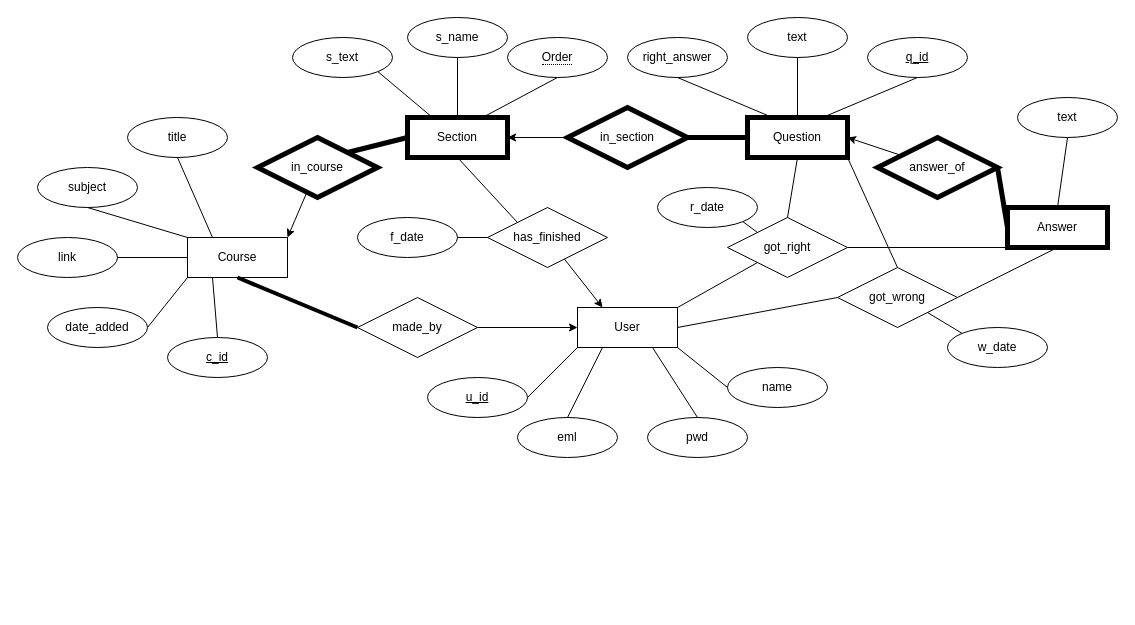
This is ER.drawio from kevtu2/hub-homies_Course-ify, a draw.io file, before an edit. Source tidied: cells renumbered, new cells numbered last; positions are measured from the earlier drawing's top-left corner, leaving out a move shared by most shapes. Both pictures are drawn from the tidied source at 100%, with x=0, y=0 at pixel (17, 17).
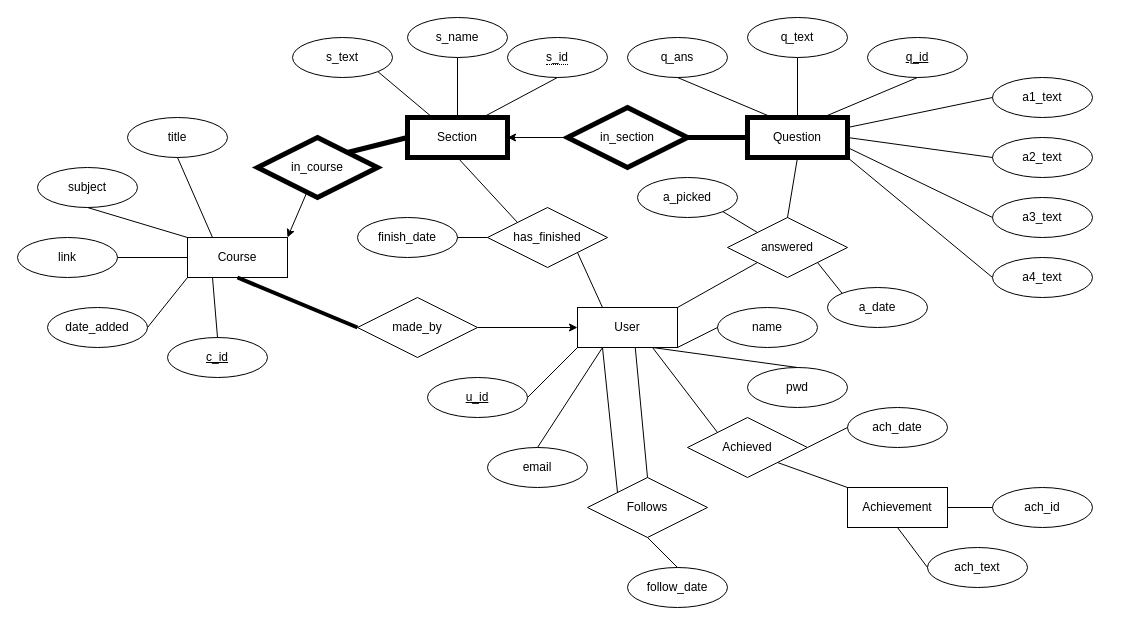
The same diagram, later.

Unchanged cells that the change refers to:
```xml
<mxCell id="9" value="Question" style="whiteSpace=wrap;html=1;align=center;strokeWidth=5;" parent="1" vertex="1">
  <mxGeometry x="730" y="100" width="100" height="40" as="geometry" />
</mxCell>
<mxCell id="15" value="User" style="whiteSpace=wrap;html=1;align=center;" parent="1" vertex="1">
  <mxGeometry x="560" y="290" width="100" height="40" as="geometry" />
</mxCell>
<mxCell id="28" value="has_finished" style="shape=rhombus;perimeter=rhombusPerimeter;whiteSpace=wrap;html=1;align=center;" parent="1" vertex="1">
  <mxGeometry x="470" y="190" width="120" height="60" as="geometry" />
</mxCell>
```

The edit, as a diff of the source:
```diff
@@
-    <mxCell id="11" value="Answer" style="whiteSpace=wrap;html=1;align=center;strokeWidth=5;" parent="1" vertex="1">
-      <mxGeometry x="990" y="190" width="100" height="40" as="geometry" />
-    </mxCell>
-    <mxCell id="12" style="edgeStyle=none;rounded=0;jettySize=auto;html=1;entryX=1;entryY=0.5;entryDx=0;entryDy=0;" parent="1" edge="1" source="13" target="9">
-      <mxGeometry relative="1" as="geometry" />
-    </mxCell>
-    <mxCell id="13" value="answer_of" style="shape=rhombus;perimeter=rhombusPerimeter;whiteSpace=wrap;html=1;align=center;strokeWidth=5;" parent="1" vertex="1">
-      <mxGeometry x="860" y="120" width="120" height="60" as="geometry" />
-    </mxCell>
-    <mxCell id="14" style="endArrow=none;html=1;rounded=0;exitX=1;exitY=0.5;exitDx=0;exitDy=0;entryX=0;entryY=0.5;entryDx=0;entryDy=0;strokeWidth=5;" parent="1" edge="1" source="13" target="11">
-      <mxGeometry relative="1" as="geometry" />
-    </mxCell>
@@
-    <mxCell id="16" value="eml" style="ellipse;whiteSpace=wrap;html=1;align=center;" parent="1" vertex="1">
-      <mxGeometry x="500" y="400" width="100" height="40" as="geometry" />
+    <mxCell id="16" value="email" style="ellipse;whiteSpace=wrap;html=1;align=center;" parent="1" vertex="1">
+      <mxGeometry x="470" y="430" width="100" height="40" as="geometry" />
     </mxCell>
@@
     <mxCell id="18" value="pwd" style="ellipse;whiteSpace=wrap;html=1;align=center;" parent="1" vertex="1">
-      <mxGeometry x="630" y="400" width="100" height="40" as="geometry" />
+      <mxGeometry x="730" y="350" width="100" height="40" as="geometry" />
     </mxCell>
     <mxCell id="19" value="name" style="ellipse;whiteSpace=wrap;html=1;align=center;" parent="1" vertex="1">
-      <mxGeometry x="710" y="350" width="100" height="40" as="geometry" />
+      <mxGeometry x="700" y="290" width="100" height="40" as="geometry" />
     </mxCell>
@@
-    <mxCell id="27" style="edgeStyle=none;rounded=0;jettySize=auto;html=1;entryX=0.25;entryY=0;entryDx=0;entryDy=0;" parent="1" edge="1" source="28" target="15">
-      <mxGeometry relative="1" as="geometry" />
-    </mxCell>
@@
-    <mxCell id="30" value="f_date" style="ellipse;whiteSpace=wrap;html=1;align=center;" parent="1" vertex="1">
+    <mxCell id="30" value="finish_date" style="ellipse;whiteSpace=wrap;html=1;align=center;" parent="1" vertex="1">
       <mxGeometry x="340" y="200" width="100" height="40" as="geometry" />
     </mxCell>
@@
-    <mxCell id="32" value="got_right" style="shape=rhombus;perimeter=rhombusPerimeter;whiteSpace=wrap;html=1;align=center;" parent="1" vertex="1">
+    <mxCell id="32" value="answered" style="shape=rhombus;perimeter=rhombusPerimeter;whiteSpace=wrap;html=1;align=center;" parent="1" vertex="1">
       <mxGeometry x="710" y="200" width="120" height="60" as="geometry" />
     </mxCell>
-    <mxCell id="33" value="got_wrong" style="shape=rhombus;perimeter=rhombusPerimeter;whiteSpace=wrap;html=1;align=center;" parent="1" vertex="1">
-      <mxGeometry x="820" y="250" width="120" height="60" as="geometry" />
-    </mxCell>
@@
-    <mxCell id="35" style="endArrow=none;html=1;rounded=0;exitX=0;exitY=0.5;exitDx=0;exitDy=0;entryX=1;entryY=0.5;entryDx=0;entryDy=0;" parent="1" edge="1" source="33" target="15">
-      <mxGeometry relative="1" as="geometry" />
-    </mxCell>
-    <mxCell id="36" style="endArrow=none;html=1;rounded=0;exitX=0.5;exitY=1;exitDx=0;exitDy=0;entryX=1;entryY=0.5;entryDx=0;entryDy=0;" parent="1" edge="1" source="11" target="33">
-      <mxGeometry relative="1" as="geometry" />
-    </mxCell>
-    <mxCell id="37" style="endArrow=none;html=1;rounded=0;exitX=0.5;exitY=0;exitDx=0;exitDy=0;entryX=1;entryY=1;entryDx=0;entryDy=0;" parent="1" edge="1" source="33" target="9">
+    <mxCell id="37" style="endArrow=none;html=1;rounded=0;exitX=0;exitY=0.5;exitDx=0;exitDy=0;entryX=1;entryY=1;entryDx=0;entryDy=0;" parent="1" edge="1" source="71" target="9">
       <mxGeometry relative="1" as="geometry" />
     </mxCell>
@@
-    <mxCell id="39" style="endArrow=none;html=1;rounded=0;exitX=0;exitY=1;exitDx=0;exitDy=0;entryX=1;entryY=0.5;entryDx=0;entryDy=0;" parent="1" edge="1" source="11" target="32">
-      <mxGeometry relative="1" as="geometry" />
-    </mxCell>
-    <mxCell id="40" value="w_date" style="ellipse;whiteSpace=wrap;html=1;align=center;" parent="1" vertex="1">
-      <mxGeometry x="930" y="310" width="100" height="40" as="geometry" />
-    </mxCell>
-    <mxCell id="41" value="r_date" style="ellipse;whiteSpace=wrap;html=1;align=center;" parent="1" vertex="1">
-      <mxGeometry x="640" y="170" width="100" height="40" as="geometry" />
-    </mxCell>
-    <mxCell id="42" style="endArrow=none;html=1;rounded=0;exitX=1;exitY=1;exitDx=0;exitDy=0;entryX=0;entryY=0;entryDx=0;entryDy=0;" parent="1" edge="1" source="41" target="32">
-      <mxGeometry relative="1" as="geometry" />
-    </mxCell>
-    <mxCell id="43" style="endArrow=none;html=1;rounded=0;exitX=0;exitY=0;exitDx=0;exitDy=0;entryX=1;entryY=1;entryDx=0;entryDy=0;" parent="1" edge="1" source="40" target="33">
-      <mxGeometry relative="1" as="geometry" />
-    </mxCell>
-    <mxCell id="44" value="text" style="ellipse;whiteSpace=wrap;html=1;align=center;" parent="1" vertex="1">
-      <mxGeometry x="1000" y="80" width="100" height="40" as="geometry" />
-    </mxCell>
-    <mxCell id="45" style="endArrow=none;html=1;rounded=0;exitX=0.5;exitY=1;exitDx=0;exitDy=0;entryX=0.5;entryY=0;entryDx=0;entryDy=0;" parent="1" edge="1" source="44" target="11">
-      <mxGeometry relative="1" as="geometry" />
-    </mxCell>
-    <mxCell id="46" value="text" style="ellipse;whiteSpace=wrap;html=1;align=center;" parent="1" vertex="1">
+    <mxCell id="46" value="q_text" style="ellipse;whiteSpace=wrap;html=1;align=center;" parent="1" vertex="1">
       <mxGeometry x="730" width="100" height="40" as="geometry" />
     </mxCell>
@@
-    <mxCell id="49" value="right_answer" style="ellipse;whiteSpace=wrap;html=1;align=center;" parent="1" vertex="1">
+    <mxCell id="49" value="q_ans" style="ellipse;whiteSpace=wrap;html=1;align=center;" parent="1" vertex="1">
       <mxGeometry x="610" y="20" width="100" height="40" as="geometry" />
     </mxCell>
@@
-    <mxCell id="54" value="&lt;span style=&quot;border-bottom: 1px dotted&quot;&gt;Order&lt;/span&gt;" style="ellipse;whiteSpace=wrap;html=1;align=center;" parent="1" vertex="1">
+    <mxCell id="54" value="&lt;span style=&quot;border-bottom: 1px dotted&quot;&gt;s_id&lt;/span&gt;" style="ellipse;whiteSpace=wrap;html=1;align=center;" parent="1" vertex="1">
       <mxGeometry x="490" y="20" width="100" height="40" as="geometry" />
     </mxCell>
@@
+    <mxCell id="68" value="a1_text" style="ellipse;whiteSpace=wrap;html=1;align=center;" parent="1" vertex="1">
+      <mxGeometry x="975" y="60" width="100" height="40" as="geometry" />
+    </mxCell>
+    <mxCell id="69" value="a2_text" style="ellipse;whiteSpace=wrap;html=1;align=center;" parent="1" vertex="1">
+      <mxGeometry x="975" y="120" width="100" height="40" as="geometry" />
+    </mxCell>
+    <mxCell id="70" value="a3_text" style="ellipse;whiteSpace=wrap;html=1;align=center;" parent="1" vertex="1">
+      <mxGeometry x="975" y="180" width="100" height="40" as="geometry" />
+    </mxCell>
+    <mxCell id="71" value="a4_text" style="ellipse;whiteSpace=wrap;html=1;align=center;" parent="1" vertex="1">
+      <mxGeometry x="975" y="240" width="100" height="40" as="geometry" />
+    </mxCell>
+    <mxCell id="72" style="endArrow=none;html=1;rounded=0;exitX=0;exitY=0.5;exitDx=0;exitDy=0;entryX=1;entryY=0.75;entryDx=0;entryDy=0;" parent="1" edge="1" source="70" target="9">
+      <mxGeometry relative="1" as="geometry" />
+    </mxCell>
+    <mxCell id="73" style="endArrow=none;html=1;rounded=0;exitX=0;exitY=0.5;exitDx=0;exitDy=0;entryX=1;entryY=0.5;entryDx=0;entryDy=0;" parent="1" edge="1" source="69" target="9">
+      <mxGeometry relative="1" as="geometry" />
+    </mxCell>
+    <mxCell id="74" style="endArrow=none;html=1;rounded=0;exitX=0;exitY=0.5;exitDx=0;exitDy=0;entryX=1;entryY=0.25;entryDx=0;entryDy=0;" parent="1" edge="1" source="68" target="9">
+      <mxGeometry relative="1" as="geometry" />
+    </mxCell>
+    <mxCell id="75" value="a_date" style="ellipse;whiteSpace=wrap;html=1;align=center;" parent="1" vertex="1">
+      <mxGeometry x="810" y="270" width="100" height="40" as="geometry" />
+    </mxCell>
+    <mxCell id="76" style="endArrow=none;html=1;rounded=0;exitX=1;exitY=1;exitDx=0;exitDy=0;entryX=0;entryY=0;entryDx=0;entryDy=0;" parent="1" edge="1" source="32" target="75">
+      <mxGeometry relative="1" as="geometry" />
+    </mxCell>
+    <mxCell id="77" value="a_picked" style="ellipse;whiteSpace=wrap;html=1;align=center;" parent="1" vertex="1">
+      <mxGeometry x="620" y="160" width="100" height="40" as="geometry" />
+    </mxCell>
+    <mxCell id="78" style="endArrow=none;html=1;rounded=0;exitX=1;exitY=1;exitDx=0;exitDy=0;entryX=0;entryY=0;entryDx=0;entryDy=0;" parent="1" edge="1" source="77" target="32">
+      <mxGeometry relative="1" as="geometry" />
+    </mxCell>
+    <mxCell id="79" value="Follows" style="shape=rhombus;perimeter=rhombusPerimeter;whiteSpace=wrap;html=1;align=center;" parent="1" vertex="1">
+      <mxGeometry x="570" y="460" width="120" height="60" as="geometry" />
+    </mxCell>
+    <mxCell id="80" style="endArrow=none;html=1;rounded=0;exitX=0;exitY=0;exitDx=0;exitDy=0;entryX=0.25;entryY=1;entryDx=0;entryDy=0;" parent="1" edge="1" source="79" target="15">
+      <mxGeometry relative="1" as="geometry" />
+    </mxCell>
+    <mxCell id="81" style="endArrow=none;html=1;rounded=0;exitX=0.5;exitY=0;exitDx=0;exitDy=0;entryX=0.578;entryY=1.01;entryDx=0;entryDy=0;entryPerimeter=0;" parent="1" edge="1" source="79" target="15">
+      <mxGeometry relative="1" as="geometry" />
+    </mxCell>
+    <mxCell id="82" value="Achievement" style="whiteSpace=wrap;html=1;align=center;" parent="1" vertex="1">
+      <mxGeometry x="830" y="470" width="100" height="40" as="geometry" />
+    </mxCell>
+    <mxCell id="83" value="ach_id" style="ellipse;whiteSpace=wrap;html=1;align=center;" parent="1" vertex="1">
+      <mxGeometry x="975" y="470" width="100" height="40" as="geometry" />
+    </mxCell>
+    <mxCell id="84" value="ach_text" style="ellipse;whiteSpace=wrap;html=1;align=center;" parent="1" vertex="1">
+      <mxGeometry x="910" y="530" width="100" height="40" as="geometry" />
+    </mxCell>
+    <mxCell id="85" style="endArrow=none;html=1;rounded=0;exitX=0.5;exitY=1;exitDx=0;exitDy=0;entryX=0;entryY=0.5;entryDx=0;entryDy=0;" parent="1" edge="1" source="82" target="84">
+      <mxGeometry relative="1" as="geometry" />
+    </mxCell>
+    <mxCell id="86" style="endArrow=none;html=1;rounded=0;exitX=0;exitY=0.5;exitDx=0;exitDy=0;entryX=1;entryY=0.5;entryDx=0;entryDy=0;" parent="1" edge="1" source="83" target="82">
+      <mxGeometry relative="1" as="geometry" />
+    </mxCell>
+    <mxCell id="87" value="Achieved" style="shape=rhombus;perimeter=rhombusPerimeter;whiteSpace=wrap;html=1;align=center;" parent="1" vertex="1">
+      <mxGeometry x="670" y="400" width="120" height="60" as="geometry" />
+    </mxCell>
+    <mxCell id="88" style="endArrow=none;html=1;rounded=0;exitX=0.75;exitY=1;exitDx=0;exitDy=0;entryX=0;entryY=0;entryDx=0;entryDy=0;" parent="1" edge="1" source="15" target="87">
+      <mxGeometry relative="1" as="geometry" />
+    </mxCell>
+    <mxCell id="89" style="endArrow=none;html=1;rounded=0;exitX=1;exitY=1;exitDx=0;exitDy=0;entryX=0;entryY=0;entryDx=0;entryDy=0;" parent="1" edge="1" source="87" target="82">
+      <mxGeometry relative="1" as="geometry" />
+    </mxCell>
+    <mxCell id="90" value="ach_date" style="ellipse;whiteSpace=wrap;html=1;align=center;" parent="1" vertex="1">
+      <mxGeometry x="830" y="390" width="100" height="40" as="geometry" />
+    </mxCell>
+    <mxCell id="91" style="endArrow=none;html=1;rounded=0;exitX=0;exitY=0.5;exitDx=0;exitDy=0;entryX=1;entryY=0.5;entryDx=0;entryDy=0;" parent="1" edge="1" source="90" target="87">
+      <mxGeometry relative="1" as="geometry" />
+    </mxCell>
+    <mxCell id="92" value="follow_date" style="ellipse;whiteSpace=wrap;html=1;align=center;" parent="1" vertex="1">
+      <mxGeometry x="610" y="550" width="100" height="40" as="geometry" />
+    </mxCell>
+    <mxCell id="93" style="endArrow=none;html=1;rounded=0;exitX=0.5;exitY=1;exitDx=0;exitDy=0;entryX=0.5;entryY=0;entryDx=0;entryDy=0;" parent="1" edge="1" source="79" target="92">
+      <mxGeometry relative="1" as="geometry" />
+    </mxCell>
+    <mxCell id="94" style="endArrow=none;html=1;rounded=0;exitX=0.25;exitY=0;exitDx=0;exitDy=0;entryX=1;entryY=1;entryDx=0;entryDy=0;" parent="1" edge="1" source="15" target="28">
+      <mxGeometry relative="1" as="geometry" />
+    </mxCell>
```
